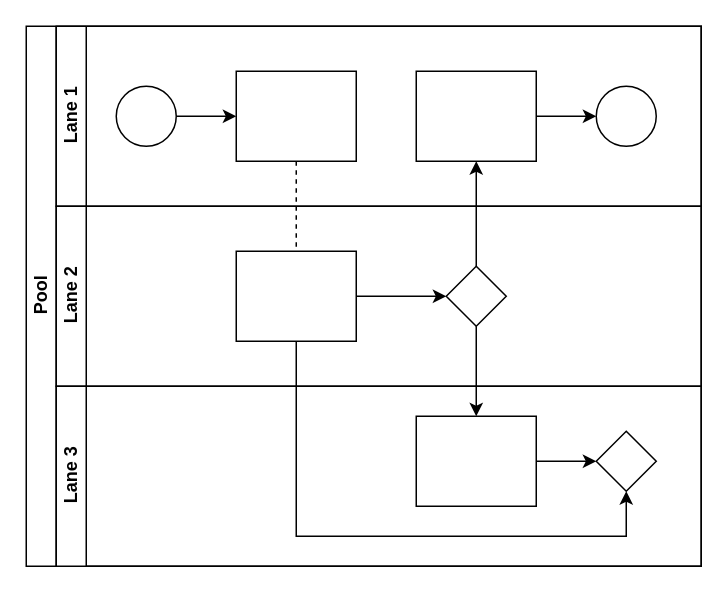
This is Untitled Diagram.drawio from jkrueger721/supplychain-coffee-dapp, a draw.io file, before an edit. Source tidied: cells renumbered, new cells numbered last; positions are measured from the earlier drawing's top-left corner, leaving out a move shared by most shapes. Both pictures are drawn from the tidied source at 150%, with x=0, y=0 at pixel (26, 26).
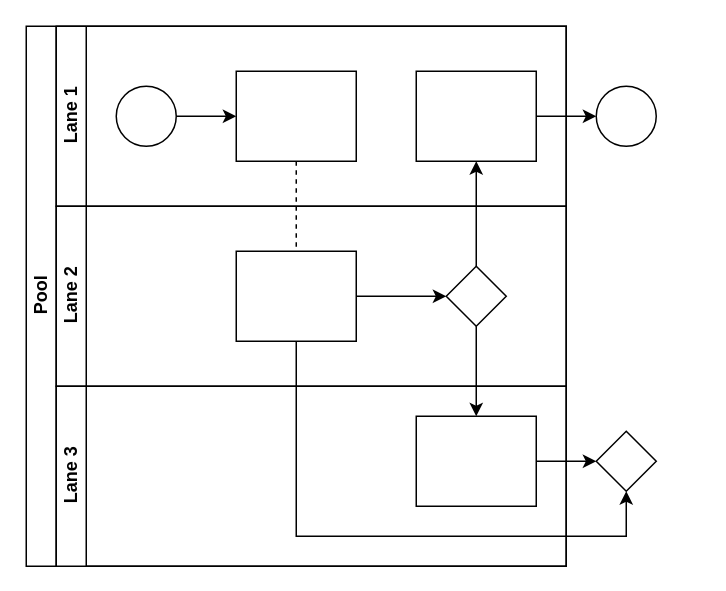
Above is the later version.

Change to the diagram source:
```diff
@@
-    <mxCell id="2" value="Pool" style="swimlane;html=1;horizontal=0;startSize=20;" parent="1" vertex="1">
-      <mxGeometry width="450" height="360" as="geometry" />
+    <mxCell id="2" value="Pool" style="swimlane;html=1;horizontal=0;startSize=20;direction=east;" parent="1" vertex="1">
+      <mxGeometry width="360" height="360" as="geometry" />
     </mxCell>
@@
     <mxCell id="7" value="Lane 1" style="swimlane;html=1;startSize=20;horizontal=0;" parent="2" vertex="1">
-      <mxGeometry x="20" width="430" height="120" as="geometry" />
+      <mxGeometry x="20" width="340" height="120" as="geometry" />
     </mxCell>
@@
     <mxCell id="14" value="Lane 2" style="swimlane;html=1;startSize=20;horizontal=0;" parent="2" vertex="1">
-      <mxGeometry x="20" y="120" width="430" height="120" as="geometry" />
+      <mxGeometry x="20" y="120" width="340" height="120" as="geometry" />
     </mxCell>
@@
     <mxCell id="18" value="Lane 3" style="swimlane;html=1;startSize=20;horizontal=0;" parent="2" vertex="1">
-      <mxGeometry x="20" y="240" width="430" height="120" as="geometry" />
+      <mxGeometry x="20" y="240" width="340" height="120" as="geometry" />
     </mxCell>
```
